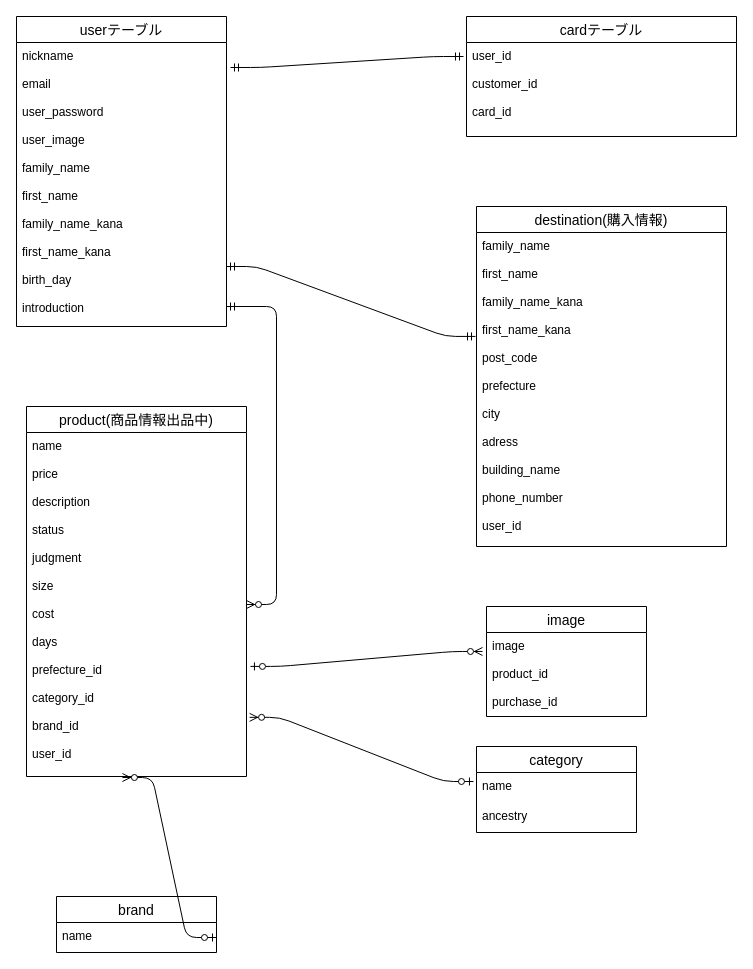
This is Furima.dio from aki-yosi/furima-35027, a draw.io file, before an edit. Source tidied: cells renumbered, new cells numbered last; positions are measured from the earlier drawing's top-left corner, leaving out a move shared by most shapes. Both pictures are drawn from the tidied source at 100%, with x=0, y=0 at pixel (16, 16).
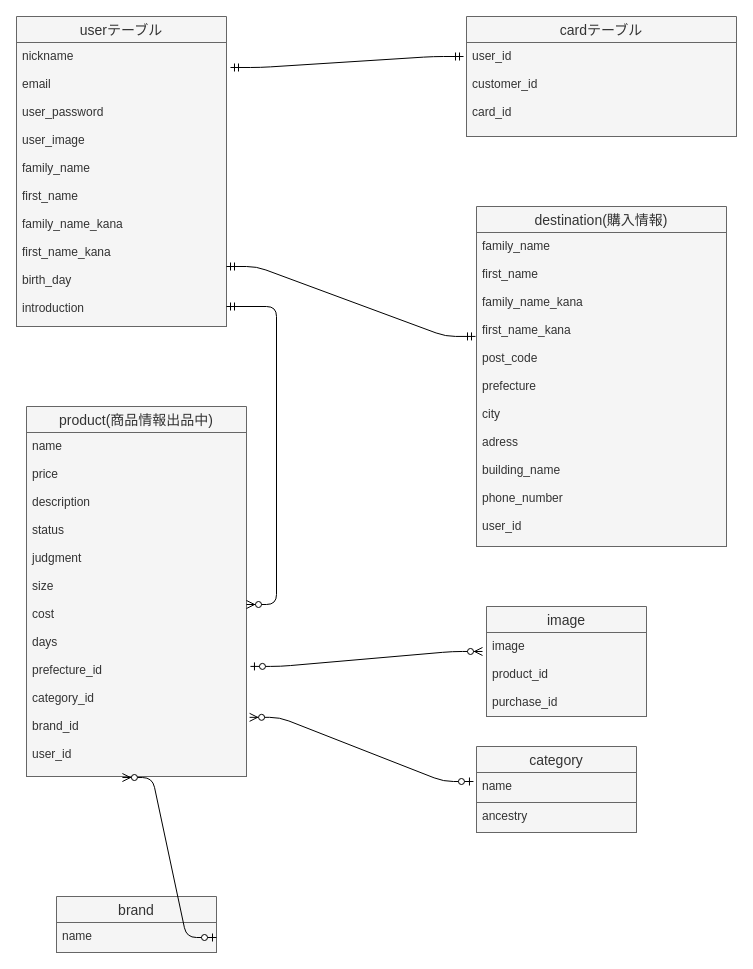
The same page after the edit.

Diff of the diagram source:
```diff
@@
-    <mxCell id="2" value="userテーブル" style="swimlane;fontStyle=0;horizontal=1;startSize=26;align=center;fontSize=14;" parent="1" vertex="1">
+    <mxCell id="2" value="userテーブル" style="swimlane;fontStyle=0;horizontal=1;startSize=26;align=center;fontSize=14;fillColor=#f5f5f5;strokeColor=#666666;fontColor=#333333;" parent="1" vertex="1">
       <mxGeometry width="210" height="310" as="geometry" />
     </mxCell>
-    <mxCell id="3" value="nickname&#10;&#10;email&#10;&#10;user_password&#10;&#10;user_image&#10;&#10;family_name&#10;&#10;first_name&#10;&#10;family_name_kana&#10;&#10;first_name_kana&#10;&#10;birth_day&#10;&#10;introduction" style="text;strokeColor=none;fillColor=none;spacingLeft=4;spacingRight=4;overflow=hidden;points=[[0,0.5],[1,0.5]];portConstraint=eastwest;fontSize=12;" parent="2" vertex="1">
+    <mxCell id="3" value="nickname&#10;&#10;email&#10;&#10;user_password&#10;&#10;user_image&#10;&#10;family_name&#10;&#10;first_name&#10;&#10;family_name_kana&#10;&#10;first_name_kana&#10;&#10;birth_day&#10;&#10;introduction" style="text;strokeColor=#666666;fillColor=#f5f5f5;spacingLeft=4;spacingRight=4;overflow=hidden;points=[[0,0.5],[1,0.5]];portConstraint=eastwest;fontSize=12;fontColor=#333333;" parent="2" vertex="1">
       <mxGeometry y="26" width="210" height="284" as="geometry" />
     </mxCell>
-    <mxCell id="4" value="cardテーブル" style="swimlane;fontStyle=0;horizontal=1;startSize=26;align=center;fontSize=14;" parent="1" vertex="1">
+    <mxCell id="4" value="cardテーブル" style="swimlane;fontStyle=0;horizontal=1;startSize=26;align=center;fontSize=14;fillColor=#f5f5f5;strokeColor=#666666;fontColor=#333333;" parent="1" vertex="1">
       <mxGeometry x="450" width="270" height="120" as="geometry" />
     </mxCell>
-    <mxCell id="5" value="user_id&#10;&#10;customer_id&#10;&#10;card_id&#10;" style="text;strokeColor=none;fillColor=none;spacingLeft=4;spacingRight=4;overflow=hidden;points=[[0,0.5],[1,0.5]];portConstraint=eastwest;fontSize=12;" parent="4" vertex="1">
+    <mxCell id="5" value="user_id&#10;&#10;customer_id&#10;&#10;card_id&#10;" style="text;strokeColor=#666666;fillColor=#f5f5f5;spacingLeft=4;spacingRight=4;overflow=hidden;points=[[0,0.5],[1,0.5]];portConstraint=eastwest;fontSize=12;fontColor=#333333;" parent="4" vertex="1">
       <mxGeometry y="26" width="270" height="94" as="geometry" />
     </mxCell>
-    <mxCell id="6" value="destination(購入情報)" style="swimlane;fontStyle=0;horizontal=1;startSize=26;align=center;fontSize=14;" parent="1" vertex="1">
+    <mxCell id="6" value="destination(購入情報)" style="swimlane;fontStyle=0;horizontal=1;startSize=26;align=center;fontSize=14;fillColor=#f5f5f5;strokeColor=#666666;fontColor=#333333;" parent="1" vertex="1">
       <mxGeometry x="460" y="190" width="250" height="340" as="geometry" />
     </mxCell>
-    <mxCell id="7" value="family_name&#10;&#10;first_name&#10;&#10;family_name_kana&#10;&#10;first_name_kana&#10;&#10;post_code&#10;&#10;prefecture&#10;&#10;city&#10;&#10;adress&#10;&#10;building_name&#10;&#10;phone_number&#10;&#10;user_id&#10;" style="text;strokeColor=none;fillColor=none;spacingLeft=4;spacingRight=4;overflow=hidden;points=[[0,0.5],[1,0.5]];portConstraint=eastwest;fontSize=12;" parent="6" vertex="1">
+    <mxCell id="7" value="family_name&#10;&#10;first_name&#10;&#10;family_name_kana&#10;&#10;first_name_kana&#10;&#10;post_code&#10;&#10;prefecture&#10;&#10;city&#10;&#10;adress&#10;&#10;building_name&#10;&#10;phone_number&#10;&#10;user_id&#10;" style="text;strokeColor=#666666;fillColor=#f5f5f5;spacingLeft=4;spacingRight=4;overflow=hidden;points=[[0,0.5],[1,0.5]];portConstraint=eastwest;fontSize=12;fontColor=#333333;" parent="6" vertex="1">
       <mxGeometry y="26" width="250" height="314" as="geometry" />
     </mxCell>
@@
-    <mxCell id="10" value="product(商品情報出品中)" style="swimlane;fontStyle=0;horizontal=1;startSize=26;align=center;fontSize=14;" parent="1" vertex="1">
+    <mxCell id="10" value="product(商品情報出品中)" style="swimlane;fontStyle=0;horizontal=1;startSize=26;align=center;fontSize=14;fillColor=#f5f5f5;strokeColor=#666666;fontColor=#333333;" parent="1" vertex="1">
       <mxGeometry x="10" y="390" width="220" height="370" as="geometry" />
     </mxCell>
-    <mxCell id="11" value="name&#10;&#10;price&#10;&#10;description&#10;&#10;status&#10;&#10;judgment&#10;&#10;size&#10;&#10;cost&#10;&#10;days&#10;&#10;prefecture_id&#10;&#10;category_id&#10;&#10;brand_id&#10;&#10;user_id&#10;" style="text;strokeColor=none;fillColor=none;spacingLeft=4;spacingRight=4;overflow=hidden;points=[[0,0.5],[1,0.5]];portConstraint=eastwest;fontSize=12;" parent="10" vertex="1">
+    <mxCell id="11" value="name&#10;&#10;price&#10;&#10;description&#10;&#10;status&#10;&#10;judgment&#10;&#10;size&#10;&#10;cost&#10;&#10;days&#10;&#10;prefecture_id&#10;&#10;category_id&#10;&#10;brand_id&#10;&#10;user_id&#10;" style="text;strokeColor=#666666;fillColor=#f5f5f5;spacingLeft=4;spacingRight=4;overflow=hidden;points=[[0,0.5],[1,0.5]];portConstraint=eastwest;fontSize=12;fontColor=#333333;" parent="10" vertex="1">
       <mxGeometry y="26" width="220" height="344" as="geometry" />
     </mxCell>
@@
-    <mxCell id="13" value="brand" style="swimlane;fontStyle=0;horizontal=1;startSize=26;align=center;fontSize=14;" parent="1" vertex="1">
+    <mxCell id="13" value="brand" style="swimlane;fontStyle=0;horizontal=1;startSize=26;align=center;fontSize=14;fillColor=#f5f5f5;strokeColor=#666666;fontColor=#333333;" parent="1" vertex="1">
       <mxGeometry x="40" y="880" width="160" height="56" as="geometry" />
     </mxCell>
-    <mxCell id="14" value="name" style="text;strokeColor=none;fillColor=none;spacingLeft=4;spacingRight=4;overflow=hidden;points=[[0,0.5],[1,0.5]];portConstraint=eastwest;fontSize=12;" parent="13" vertex="1">
+    <mxCell id="14" value="name" style="text;strokeColor=#666666;fillColor=#f5f5f5;spacingLeft=4;spacingRight=4;overflow=hidden;points=[[0,0.5],[1,0.5]];portConstraint=eastwest;fontSize=12;fontColor=#333333;" parent="13" vertex="1">
       <mxGeometry y="26" width="160" height="30" as="geometry" />
     </mxCell>
-    <mxCell id="15" value="category" style="swimlane;fontStyle=0;horizontal=1;startSize=26;align=center;fontSize=14;" parent="1" vertex="1">
+    <mxCell id="15" value="category" style="swimlane;fontStyle=0;horizontal=1;startSize=26;align=center;fontSize=14;fillColor=#f5f5f5;strokeColor=#666666;fontColor=#333333;" parent="1" vertex="1">
       <mxGeometry x="460" y="730" width="160" height="86" as="geometry" />
     </mxCell>
-    <mxCell id="16" value="name" style="text;strokeColor=none;fillColor=none;spacingLeft=4;spacingRight=4;overflow=hidden;points=[[0,0.5],[1,0.5]];portConstraint=eastwest;fontSize=12;" parent="15" vertex="1">
+    <mxCell id="16" value="name" style="text;strokeColor=#666666;fillColor=#f5f5f5;spacingLeft=4;spacingRight=4;overflow=hidden;points=[[0,0.5],[1,0.5]];portConstraint=eastwest;fontSize=12;fontColor=#333333;" parent="15" vertex="1">
       <mxGeometry y="26" width="160" height="30" as="geometry" />
     </mxCell>
-    <mxCell id="17" value="ancestry" style="text;strokeColor=none;fillColor=none;spacingLeft=4;spacingRight=4;overflow=hidden;fontSize=12;" parent="15" vertex="1">
+    <mxCell id="17" value="ancestry" style="text;strokeColor=#666666;fillColor=#f5f5f5;spacingLeft=4;spacingRight=4;overflow=hidden;fontSize=12;fontColor=#333333;" parent="15" vertex="1">
       <mxGeometry y="56" width="160" height="30" as="geometry" />
     </mxCell>
-    <mxCell id="18" value="image" style="swimlane;fontStyle=0;horizontal=1;startSize=26;align=center;fontSize=14;" parent="1" vertex="1">
+    <mxCell id="18" value="image" style="swimlane;fontStyle=0;horizontal=1;startSize=26;align=center;fontSize=14;fillColor=#f5f5f5;strokeColor=#666666;fontColor=#333333;" parent="1" vertex="1">
       <mxGeometry x="470" y="590" width="160" height="110" as="geometry" />
     </mxCell>
-    <mxCell id="19" value="image&#10;&#10;product_id&#10;&#10;purchase_id&#10;" style="text;strokeColor=none;fillColor=none;spacingLeft=4;spacingRight=4;overflow=hidden;points=[[0,0.5],[1,0.5]];portConstraint=eastwest;fontSize=12;" parent="18" vertex="1">
+    <mxCell id="19" value="image&#10;&#10;product_id&#10;&#10;purchase_id&#10;" style="text;strokeColor=#666666;fillColor=#f5f5f5;spacingLeft=4;spacingRight=4;overflow=hidden;points=[[0,0.5],[1,0.5]];portConstraint=eastwest;fontSize=12;fontColor=#333333;" parent="18" vertex="1">
       <mxGeometry y="26" width="160" height="84" as="geometry" />
     </mxCell>
```
